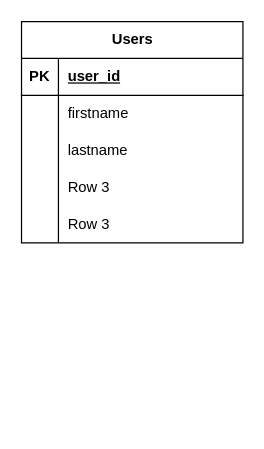
The draw.io diagram page "ERD" (3 of 3) of docs/sys.drawio in klint-droid/EvaTrack, before the edit. Source tidied: cells renumbered, new cells numbered last; positions are measured from the earlier drawing's top-left corner, leaving out a move shared by most shapes. Both pictures are drawn from the tidied source at 123%, with x=0, y=0 at pixel (21, 21).
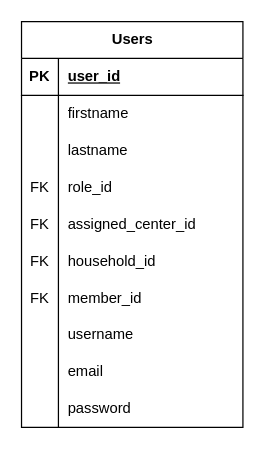
Above is the later version.

The change refers to these unchanged cells:
```xml
<mxCell id="12" style="shape=tableRow;horizontal=0;startSize=0;swimlaneHead=0;swimlaneBody=0;fillColor=none;top=0;left=0;right=0;bottom=0;" parent="2" vertex="1">
  <mxGeometry y="120" width="180" height="30" as="geometry" />
</mxCell>
<mxCell id="15" style="shape=tableRow;horizontal=0;startSize=0;swimlaneHead=0;swimlaneBody=0;fillColor=none;top=0;left=0;right=0;bottom=0;" parent="2" vertex="1">
  <mxGeometry y="150" width="180" height="30" as="geometry" />
</mxCell>
```

The edit, as a diff of the source:
```diff
@@
     <mxCell id="2" value="Users" style="shape=table;startSize=30;childLayout=tableLayout;rowLines=0;fontStyle=1;align=center;html=1;" parent="1" vertex="1">
-      <mxGeometry width="180" height="180" as="geometry" />
+      <mxGeometry width="180" height="330" as="geometry" />
     </mxCell>
@@
-    <mxCell id="13" style="shape=partialRectangle;fillColor=none;top=0;left=0;bottom=0;right=0;overflow=hidden;whiteSpace=wrap;html=1;" parent="12" vertex="1">
+    <mxCell id="13" value="FK" style="shape=partialRectangle;fillColor=none;top=0;left=0;bottom=0;right=0;overflow=hidden;whiteSpace=wrap;html=1;" parent="12" vertex="1">
       <mxGeometry width="30" height="30" as="geometry" />
     </mxCell>
-    <mxCell id="14" value="Row 3" style="shape=partialRectangle;fillColor=none;top=0;left=0;bottom=0;right=0;align=left;spacingLeft=6;overflow=hidden;whiteSpace=wrap;html=1;" parent="12" vertex="1">
+    <mxCell id="14" value="role_id" style="shape=partialRectangle;fillColor=none;top=0;left=0;bottom=0;right=0;align=left;spacingLeft=6;overflow=hidden;whiteSpace=wrap;html=1;" parent="12" vertex="1">
       <mxGeometry x="30" width="150" height="30" as="geometry" />
     </mxCell>
@@
-    <mxCell id="16" style="shape=partialRectangle;fillColor=none;top=0;left=0;bottom=0;right=0;overflow=hidden;whiteSpace=wrap;html=1;" parent="15" vertex="1">
+    <mxCell id="16" value="FK" style="shape=partialRectangle;fillColor=none;top=0;left=0;bottom=0;right=0;overflow=hidden;whiteSpace=wrap;html=1;" parent="15" vertex="1">
       <mxGeometry width="30" height="30" as="geometry" />
     </mxCell>
-    <mxCell id="17" value="Row 3" style="shape=partialRectangle;fillColor=none;top=0;left=0;bottom=0;right=0;align=left;spacingLeft=6;overflow=hidden;whiteSpace=wrap;html=1;" parent="15" vertex="1">
+    <mxCell id="17" value="assigned_center_id" style="shape=partialRectangle;fillColor=none;top=0;left=0;bottom=0;right=0;align=left;spacingLeft=6;overflow=hidden;whiteSpace=wrap;html=1;" parent="15" vertex="1">
       <mxGeometry x="30" width="150" height="30" as="geometry" />
     </mxCell>
+    <mxCell id="18" style="shape=tableRow;horizontal=0;startSize=0;swimlaneHead=0;swimlaneBody=0;fillColor=none;top=0;left=0;right=0;bottom=0;" parent="2" vertex="1">
+      <mxGeometry y="180" width="180" height="30" as="geometry" />
+    </mxCell>
+    <mxCell id="19" value="FK" style="shape=partialRectangle;fillColor=none;top=0;left=0;bottom=0;right=0;overflow=hidden;whiteSpace=wrap;html=1;" parent="18" vertex="1">
+      <mxGeometry width="30" height="30" as="geometry" />
+    </mxCell>
+    <mxCell id="20" value="household_id" style="shape=partialRectangle;fillColor=none;top=0;left=0;bottom=0;right=0;align=left;spacingLeft=6;overflow=hidden;whiteSpace=wrap;html=1;" parent="18" vertex="1">
+      <mxGeometry x="30" width="150" height="30" as="geometry" />
+    </mxCell>
+    <mxCell id="21" style="shape=tableRow;horizontal=0;startSize=0;swimlaneHead=0;swimlaneBody=0;fillColor=none;top=0;left=0;right=0;bottom=0;" parent="2" vertex="1">
+      <mxGeometry y="210" width="180" height="30" as="geometry" />
+    </mxCell>
+    <mxCell id="22" value="FK" style="shape=partialRectangle;fillColor=none;top=0;left=0;bottom=0;right=0;overflow=hidden;whiteSpace=wrap;html=1;" parent="21" vertex="1">
+      <mxGeometry width="30" height="30" as="geometry" />
+    </mxCell>
+    <mxCell id="23" value="member_id" style="shape=partialRectangle;fillColor=none;top=0;left=0;bottom=0;right=0;align=left;spacingLeft=6;overflow=hidden;whiteSpace=wrap;html=1;" parent="21" vertex="1">
+      <mxGeometry x="30" width="150" height="30" as="geometry" />
+    </mxCell>
+    <mxCell id="24" style="shape=tableRow;horizontal=0;startSize=0;swimlaneHead=0;swimlaneBody=0;fillColor=none;top=0;left=0;right=0;bottom=0;" parent="2" vertex="1">
+      <mxGeometry y="240" width="180" height="30" as="geometry" />
+    </mxCell>
+    <mxCell id="25" style="shape=partialRectangle;fillColor=none;top=0;left=0;bottom=0;right=0;overflow=hidden;whiteSpace=wrap;html=1;" parent="24" vertex="1">
+      <mxGeometry width="30" height="30" as="geometry" />
+    </mxCell>
+    <mxCell id="26" value="username" style="shape=partialRectangle;fillColor=none;top=0;left=0;bottom=0;right=0;align=left;spacingLeft=6;overflow=hidden;whiteSpace=wrap;html=1;" parent="24" vertex="1">
+      <mxGeometry x="30" width="150" height="30" as="geometry" />
+    </mxCell>
+    <mxCell id="27" style="shape=tableRow;horizontal=0;startSize=0;swimlaneHead=0;swimlaneBody=0;fillColor=none;top=0;left=0;right=0;bottom=0;" parent="2" vertex="1">
+      <mxGeometry y="270" width="180" height="30" as="geometry" />
+    </mxCell>
+    <mxCell id="28" style="shape=partialRectangle;fillColor=none;top=0;left=0;bottom=0;right=0;overflow=hidden;whiteSpace=wrap;html=1;" parent="27" vertex="1">
+      <mxGeometry width="30" height="30" as="geometry" />
+    </mxCell>
+    <mxCell id="29" value="email" style="shape=partialRectangle;fillColor=none;top=0;left=0;bottom=0;right=0;align=left;spacingLeft=6;overflow=hidden;whiteSpace=wrap;html=1;" parent="27" vertex="1">
+      <mxGeometry x="30" width="150" height="30" as="geometry" />
+    </mxCell>
+    <mxCell id="30" style="shape=tableRow;horizontal=0;startSize=0;swimlaneHead=0;swimlaneBody=0;fillColor=none;top=0;left=0;right=0;bottom=0;" parent="2" vertex="1">
+      <mxGeometry y="300" width="180" height="30" as="geometry" />
+    </mxCell>
+    <mxCell id="31" style="shape=partialRectangle;fillColor=none;top=0;left=0;bottom=0;right=0;overflow=hidden;whiteSpace=wrap;html=1;" parent="30" vertex="1">
+      <mxGeometry width="30" height="30" as="geometry" />
+    </mxCell>
+    <mxCell id="32" value="password" style="shape=partialRectangle;fillColor=none;top=0;left=0;bottom=0;right=0;align=left;spacingLeft=6;overflow=hidden;whiteSpace=wrap;html=1;" parent="30" vertex="1">
+      <mxGeometry x="30" width="150" height="30" as="geometry" />
+    </mxCell>
```
